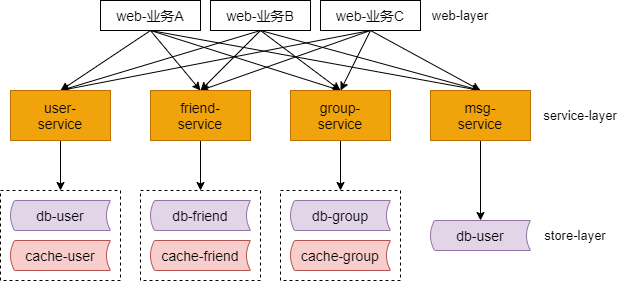
The draw.io diagram 沈剑的架构师训练营课程笔录/image/ch3-15-实践二：一个子业务一个服务.png in acomma/notes, before a commit. Source tidied: cells renumbered, new cells last; positions are measured from the earlier drawing's top-left corner, leaving out a move shared by most shapes. Source of this version:
```xml
<mxGraphModel>
  <root>
    <mxCell id="0" />
    <mxCell id="1" parent="0" />
    <mxCell id="2" style="rounded=0;whiteSpace=wrap;html=1;fontSize=14;dashed=1;" parent="1" vertex="1">
      <mxGeometry x="280" y="190" width="120" height="90" as="geometry" />
    </mxCell>
    <mxCell id="3" style="rounded=0;whiteSpace=wrap;html=1;fontSize=14;dashed=1;" parent="1" vertex="1">
      <mxGeometry x="140" y="190" width="120" height="90" as="geometry" />
    </mxCell>
    <mxCell id="4" style="rounded=0;whiteSpace=wrap;html=1;fontSize=14;dashed=1;" parent="1" vertex="1">
      <mxGeometry y="190" width="120" height="90" as="geometry" />
    </mxCell>
    <mxCell id="5" style="edgeStyle=none;rounded=0;jettySize=auto;html=1;exitX=0.5;exitY=1;exitDx=0;exitDy=0;entryX=0.5;entryY=0;entryDx=0;entryDy=0;fontSize=13;fontColor=#000000;" parent="1" edge="1" source="9" target="21">
      <mxGeometry relative="1" as="geometry" />
    </mxCell>
    <mxCell id="6" style="edgeStyle=none;rounded=0;jettySize=auto;html=1;exitX=0.5;exitY=1;exitDx=0;exitDy=0;entryX=0.5;entryY=0;entryDx=0;entryDy=0;fontSize=13;fontColor=#000000;" parent="1" edge="1" source="9" target="23">
      <mxGeometry relative="1" as="geometry" />
    </mxCell>
    <mxCell id="7" style="edgeStyle=none;rounded=0;jettySize=auto;html=1;exitX=0.5;exitY=1;exitDx=0;exitDy=0;entryX=0.5;entryY=0;entryDx=0;entryDy=0;fontSize=13;fontColor=#000000;" parent="1" edge="1" source="9" target="25">
      <mxGeometry relative="1" as="geometry" />
    </mxCell>
    <mxCell id="8" style="edgeStyle=none;rounded=0;jettySize=auto;html=1;exitX=0.5;exitY=1;exitDx=0;exitDy=0;entryX=0.5;entryY=0;entryDx=0;entryDy=0;fontSize=13;fontColor=#000000;" parent="1" edge="1" source="9" target="27">
      <mxGeometry relative="1" as="geometry" />
    </mxCell>
    <mxCell id="9" value="web-业务A" style="rounded=0;whiteSpace=wrap;html=1;fontSize=14;" parent="1" vertex="1">
      <mxGeometry x="100" width="100" height="30" as="geometry" />
    </mxCell>
    <mxCell id="10" style="rounded=0;jettySize=auto;html=1;exitX=0.5;exitY=1;exitDx=0;exitDy=0;entryX=0.5;entryY=0;entryDx=0;entryDy=0;fontSize=13;fontColor=#000000;" parent="1" edge="1" source="14" target="21">
      <mxGeometry relative="1" as="geometry" />
    </mxCell>
    <mxCell id="11" style="edgeStyle=none;rounded=0;jettySize=auto;html=1;exitX=0.5;exitY=1;exitDx=0;exitDy=0;entryX=0.5;entryY=0;entryDx=0;entryDy=0;fontSize=13;fontColor=#000000;" parent="1" edge="1" source="14" target="23">
      <mxGeometry relative="1" as="geometry" />
    </mxCell>
    <mxCell id="12" style="edgeStyle=none;rounded=0;jettySize=auto;html=1;exitX=0.5;exitY=1;exitDx=0;exitDy=0;entryX=0.5;entryY=0;entryDx=0;entryDy=0;fontSize=13;fontColor=#000000;" parent="1" edge="1" source="14" target="25">
      <mxGeometry relative="1" as="geometry" />
    </mxCell>
    <mxCell id="13" style="edgeStyle=none;rounded=0;jettySize=auto;html=1;exitX=0.5;exitY=1;exitDx=0;exitDy=0;entryX=0.5;entryY=0;entryDx=0;entryDy=0;fontSize=13;fontColor=#000000;" parent="1" edge="1" source="14" target="27">
      <mxGeometry relative="1" as="geometry" />
    </mxCell>
    <mxCell id="14" value="web-业务B" style="rounded=0;whiteSpace=wrap;html=1;fontSize=14;" parent="1" vertex="1">
      <mxGeometry x="210" width="100" height="30" as="geometry" />
    </mxCell>
    <mxCell id="15" style="edgeStyle=none;rounded=0;jettySize=auto;html=1;exitX=0.5;exitY=1;exitDx=0;exitDy=0;entryX=0.5;entryY=0;entryDx=0;entryDy=0;fontSize=13;fontColor=#000000;" parent="1" edge="1" source="19" target="25">
      <mxGeometry relative="1" as="geometry" />
    </mxCell>
    <mxCell id="16" style="edgeStyle=none;rounded=0;jettySize=auto;html=1;exitX=0.5;exitY=1;exitDx=0;exitDy=0;entryX=0.5;entryY=0;entryDx=0;entryDy=0;fontSize=13;fontColor=#000000;" parent="1" edge="1" source="19" target="27">
      <mxGeometry relative="1" as="geometry" />
    </mxCell>
    <mxCell id="17" style="edgeStyle=none;rounded=0;jettySize=auto;html=1;exitX=0.5;exitY=1;exitDx=0;exitDy=0;entryX=0.5;entryY=0;entryDx=0;entryDy=0;fontSize=13;fontColor=#000000;" parent="1" edge="1" source="19" target="23">
      <mxGeometry relative="1" as="geometry" />
    </mxCell>
    <mxCell id="18" style="edgeStyle=none;rounded=0;jettySize=auto;html=1;exitX=0.5;exitY=1;exitDx=0;exitDy=0;entryX=0.5;entryY=0;entryDx=0;entryDy=0;fontSize=13;fontColor=#000000;" parent="1" edge="1" source="19" target="21">
      <mxGeometry relative="1" as="geometry" />
    </mxCell>
    <mxCell id="19" value="web-业务C" style="rounded=0;whiteSpace=wrap;html=1;fontSize=14;" parent="1" vertex="1">
      <mxGeometry x="320" width="100" height="30" as="geometry" />
    </mxCell>
    <mxCell id="20" style="edgeStyle=orthogonalEdgeStyle;rounded=0;jettySize=auto;html=1;exitX=0.5;exitY=1;exitDx=0;exitDy=0;entryX=0.5;entryY=0;entryDx=0;entryDy=0;fontSize=13;fontColor=#000000;" parent="1" edge="1" source="21" target="4">
      <mxGeometry relative="1" as="geometry" />
    </mxCell>
    <mxCell id="21" value="user-&lt;br&gt;service" style="rounded=0;whiteSpace=wrap;html=1;fontSize=14;fillColor=#f0a30a;strokeColor=#BD7000;fontColor=#000000;" parent="1" vertex="1">
      <mxGeometry x="10" y="90" width="100" height="50" as="geometry" />
    </mxCell>
    <mxCell id="22" style="edgeStyle=orthogonalEdgeStyle;rounded=0;jettySize=auto;html=1;exitX=0.5;exitY=1;exitDx=0;exitDy=0;fontSize=13;fontColor=#000000;" parent="1" edge="1" source="23" target="3">
      <mxGeometry relative="1" as="geometry" />
    </mxCell>
    <mxCell id="23" value="friend-&lt;br&gt;service" style="rounded=0;whiteSpace=wrap;html=1;fontSize=14;fillColor=#f0a30a;strokeColor=#BD7000;fontColor=#000000;" parent="1" vertex="1">
      <mxGeometry x="150" y="90" width="100" height="50" as="geometry" />
    </mxCell>
    <mxCell id="24" style="edgeStyle=orthogonalEdgeStyle;rounded=0;jettySize=auto;html=1;exitX=0.5;exitY=1;exitDx=0;exitDy=0;entryX=0.5;entryY=0;entryDx=0;entryDy=0;fontSize=13;fontColor=#000000;" parent="1" edge="1" source="25" target="2">
      <mxGeometry relative="1" as="geometry" />
    </mxCell>
    <mxCell id="25" value="group-&lt;br&gt;service" style="rounded=0;whiteSpace=wrap;html=1;fontSize=14;fillColor=#f0a30a;strokeColor=#BD7000;fontColor=#000000;" parent="1" vertex="1">
      <mxGeometry x="290" y="90" width="100" height="50" as="geometry" />
    </mxCell>
    <mxCell id="26" style="edgeStyle=orthogonalEdgeStyle;rounded=0;jettySize=auto;html=1;exitX=0.5;exitY=1;exitDx=0;exitDy=0;fontSize=13;" parent="1" edge="1" source="27" target="34">
      <mxGeometry relative="1" as="geometry" />
    </mxCell>
    <mxCell id="27" value="msg-&lt;br&gt;service" style="rounded=0;whiteSpace=wrap;html=1;fontSize=14;fillColor=#f0a30a;strokeColor=#BD7000;fontColor=#000000;" parent="1" vertex="1">
      <mxGeometry x="430" y="90" width="100" height="50" as="geometry" />
    </mxCell>
    <mxCell id="28" value="db-user" style="shape=dataStorage;whiteSpace=wrap;html=1;fontSize=14;size=0.04;fillColor=#e1d5e7;strokeColor=#9673a6;" parent="1" vertex="1">
      <mxGeometry x="10" y="200" width="100" height="30" as="geometry" />
    </mxCell>
    <mxCell id="29" value="cache-user" style="shape=dataStorage;whiteSpace=wrap;html=1;fontSize=14;size=0.04;fillColor=#f8cecc;strokeColor=#b85450;" parent="1" vertex="1">
      <mxGeometry x="10" y="240" width="100" height="30" as="geometry" />
    </mxCell>
    <mxCell id="30" value="db-friend" style="shape=dataStorage;whiteSpace=wrap;html=1;fontSize=14;size=0.04;fillColor=#e1d5e7;strokeColor=#9673a6;" parent="1" vertex="1">
      <mxGeometry x="150" y="200" width="100" height="30" as="geometry" />
    </mxCell>
    <mxCell id="31" value="cache-friend" style="shape=dataStorage;whiteSpace=wrap;html=1;fontSize=14;size=0.04;fillColor=#f8cecc;strokeColor=#b85450;" parent="1" vertex="1">
      <mxGeometry x="150" y="240" width="100" height="30" as="geometry" />
    </mxCell>
    <mxCell id="32" value="db-group" style="shape=dataStorage;whiteSpace=wrap;html=1;fontSize=14;size=0.04;fillColor=#e1d5e7;strokeColor=#9673a6;" parent="1" vertex="1">
      <mxGeometry x="290" y="200" width="100" height="30" as="geometry" />
    </mxCell>
    <mxCell id="33" value="cache-group" style="shape=dataStorage;whiteSpace=wrap;html=1;fontSize=14;size=0.04;fillColor=#f8cecc;strokeColor=#b85450;" parent="1" vertex="1">
      <mxGeometry x="290" y="240" width="100" height="30" as="geometry" />
    </mxCell>
    <mxCell id="34" value="db-user" style="shape=dataStorage;whiteSpace=wrap;html=1;fontSize=14;size=0.04;fillColor=#e1d5e7;strokeColor=#9673a6;" parent="1" vertex="1">
      <mxGeometry x="430" y="220" width="100" height="30" as="geometry" />
    </mxCell>
    <mxCell id="35" value="web-layer" style="text;html=1;strokeColor=none;fillColor=none;align=center;verticalAlign=middle;whiteSpace=wrap;rounded=0;dashed=1;fontSize=13;" parent="1" vertex="1">
      <mxGeometry x="430" y="5" width="60" height="20" as="geometry" />
    </mxCell>
    <mxCell id="36" value="service-layer" style="text;html=1;strokeColor=none;fillColor=none;align=center;verticalAlign=middle;whiteSpace=wrap;rounded=0;dashed=1;fontSize=13;" parent="1" vertex="1">
      <mxGeometry x="540" y="105" width="80" height="20" as="geometry" />
    </mxCell>
    <mxCell id="37" value="store-layer" style="text;html=1;strokeColor=none;fillColor=none;align=center;verticalAlign=middle;whiteSpace=wrap;rounded=0;dashed=1;fontSize=13;" parent="1" vertex="1">
      <mxGeometry x="540" y="225" width="70" height="20" as="geometry" />
    </mxCell>
  </root>
</mxGraphModel>
```
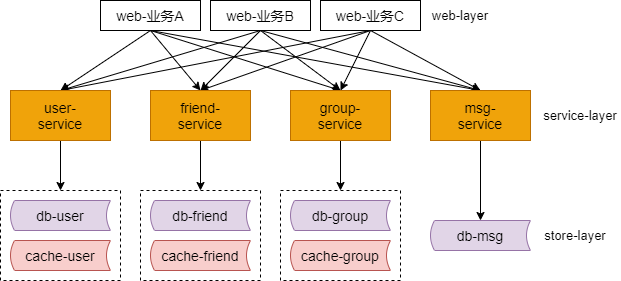
Above is the later version.

What changed in the source:
```diff
@@ -98,7 +98,7 @@
     <mxCell id="33" value="cache-group" style="shape=dataStorage;whiteSpace=wrap;html=1;fontSize=14;size=0.04;fillColor=#f8cecc;strokeColor=#b85450;" parent="1" vertex="1">
       <mxGeometry x="290" y="240" width="100" height="30" as="geometry" />
     </mxCell>
-    <mxCell id="34" value="db-user" style="shape=dataStorage;whiteSpace=wrap;html=1;fontSize=14;size=0.04;fillColor=#e1d5e7;strokeColor=#9673a6;" parent="1" vertex="1">
+    <mxCell id="34" value="db-msg" style="shape=dataStorage;whiteSpace=wrap;html=1;fontSize=14;size=0.04;fillColor=#e1d5e7;strokeColor=#9673a6;" parent="1" vertex="1">
       <mxGeometry x="430" y="220" width="100" height="30" as="geometry" />
     </mxCell>
     <mxCell id="35" value="web-layer" style="text;html=1;strokeColor=none;fillColor=none;align=center;verticalAlign=middle;whiteSpace=wrap;rounded=0;dashed=1;fontSize=13;" parent="1" vertex="1">
```
